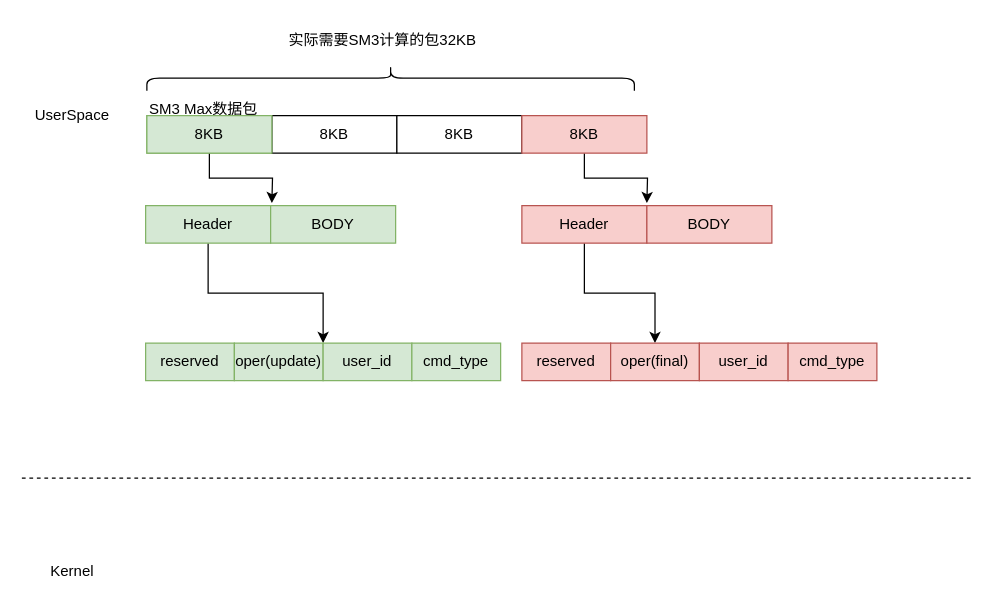
Earlier version of the draw.io diagram serica/SM3.drawio (easycody/draw.io). Source tidied: cells renumbered, new cells numbered last; positions are measured from the earlier drawing's top-left corner, leaving out a move shared by most shapes. Both pictures are drawn from the tidied source at 125%, with x=0, y=0 at pixel (21, -166).
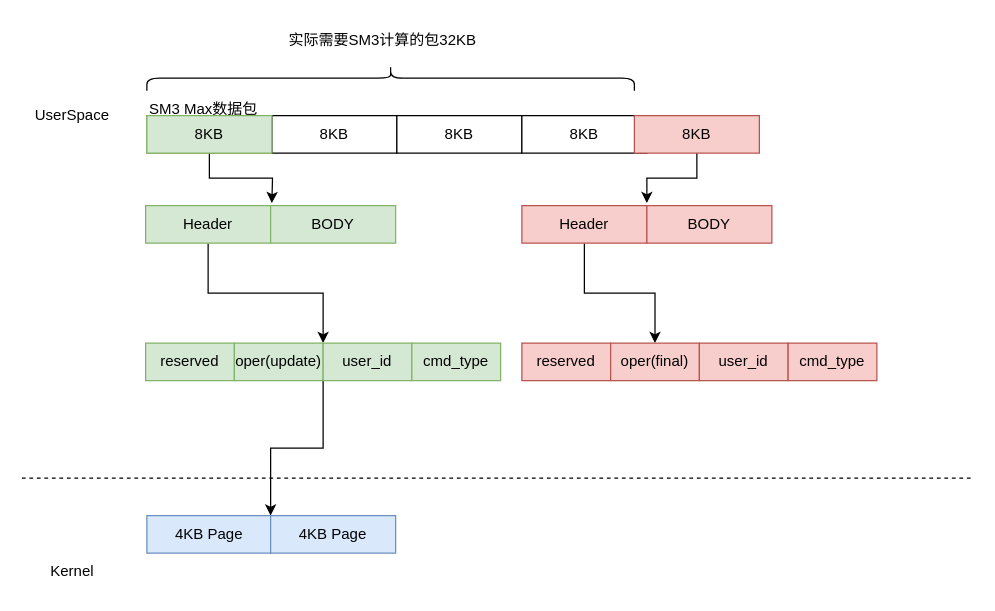
Above is the later version.

Unchanged cells that the change refers to:
```xml
<mxCell id="19" value="user_id" style="rounded=0;whiteSpace=wrap;html=1;fillColor=#d5e8d4;strokeColor=#82b366;" parent="1" vertex="1">
  <mxGeometry x="241" y="407" width="71" height="30" as="geometry" />
</mxCell>
```

Change to the diagram source:
```diff
@@
     <mxCell id="5" style="edgeStyle=orthogonalEdgeStyle;rounded=0;jettySize=auto;html=1;" parent="1" edge="1" source="6">
       <mxGeometry relative="1" as="geometry">
         <mxPoint x="500" y="295" as="targetPoint" />
+        <Array as="points">
+          <mxPoint x="540" y="240" />
+          <mxPoint x="540" y="275" />
+          <mxPoint x="500" y="275" />
+        </Array>
       </mxGeometry>
     </mxCell>
-    <mxCell id="6" value="8KB" style="rounded=0;whiteSpace=wrap;html=1;fillColor=#f8cecc;strokeColor=#b85450;" parent="1" vertex="1">
+    <mxCell id="6" value="8KB" style="rounded=0;whiteSpace=wrap;html=1;" parent="1" vertex="1">
       <mxGeometry x="400" y="225" width="100" height="30" as="geometry" />
     </mxCell>
@@
+    <mxCell id="29" style="edgeStyle=orthogonalEdgeStyle;rounded=0;jettySize=auto;html=1;exitX=0;exitY=1;exitDx=0;exitDy=0;entryX=0;entryY=0;entryDx=0;entryDy=0;" parent="1" edge="1" source="19" target="31">
+      <mxGeometry relative="1" as="geometry" />
+    </mxCell>
@@
+    <mxCell id="30" value="4KB Page" style="rounded=0;whiteSpace=wrap;html=1;fillColor=#dae8fc;strokeColor=#6c8ebf;" parent="1" vertex="1">
+      <mxGeometry x="100" y="545" width="100" height="30" as="geometry" />
+    </mxCell>
+    <mxCell id="31" value="4KB Page" style="rounded=0;whiteSpace=wrap;html=1;fillColor=#dae8fc;strokeColor=#6c8ebf;" parent="1" vertex="1">
+      <mxGeometry x="199" y="545" width="100" height="30" as="geometry" />
+    </mxCell>
+    <mxCell id="32" value="8KB" style="rounded=0;whiteSpace=wrap;html=1;fillColor=#f8cecc;strokeColor=#b85450;" parent="1" vertex="1">
+      <mxGeometry x="490" y="225" width="100" height="30" as="geometry" />
+    </mxCell>
```
